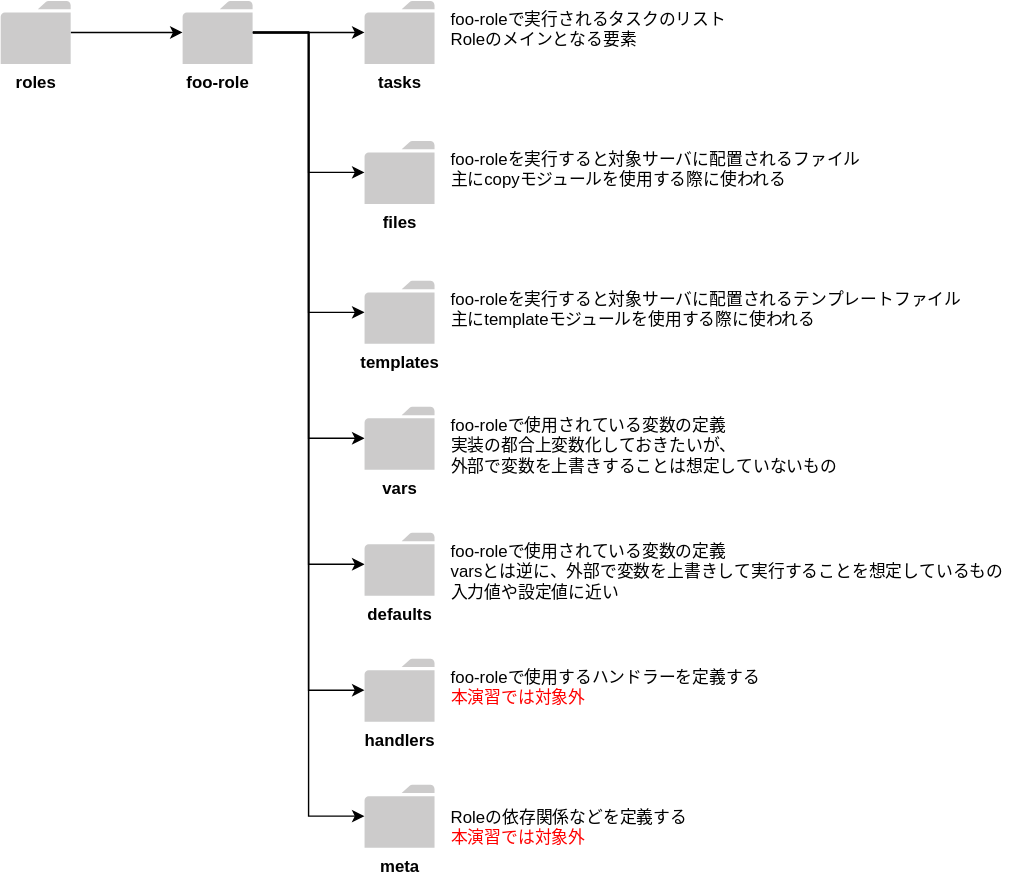
Earlier version of the draw.io export practice/img/bestpractice.drawio.svg (sensq/katacoda-scenarios). Source tidied: cells renumbered, new cells last; positions are measured from the earlier drawing's top-left corner, leaving out a move shared by most shapes.
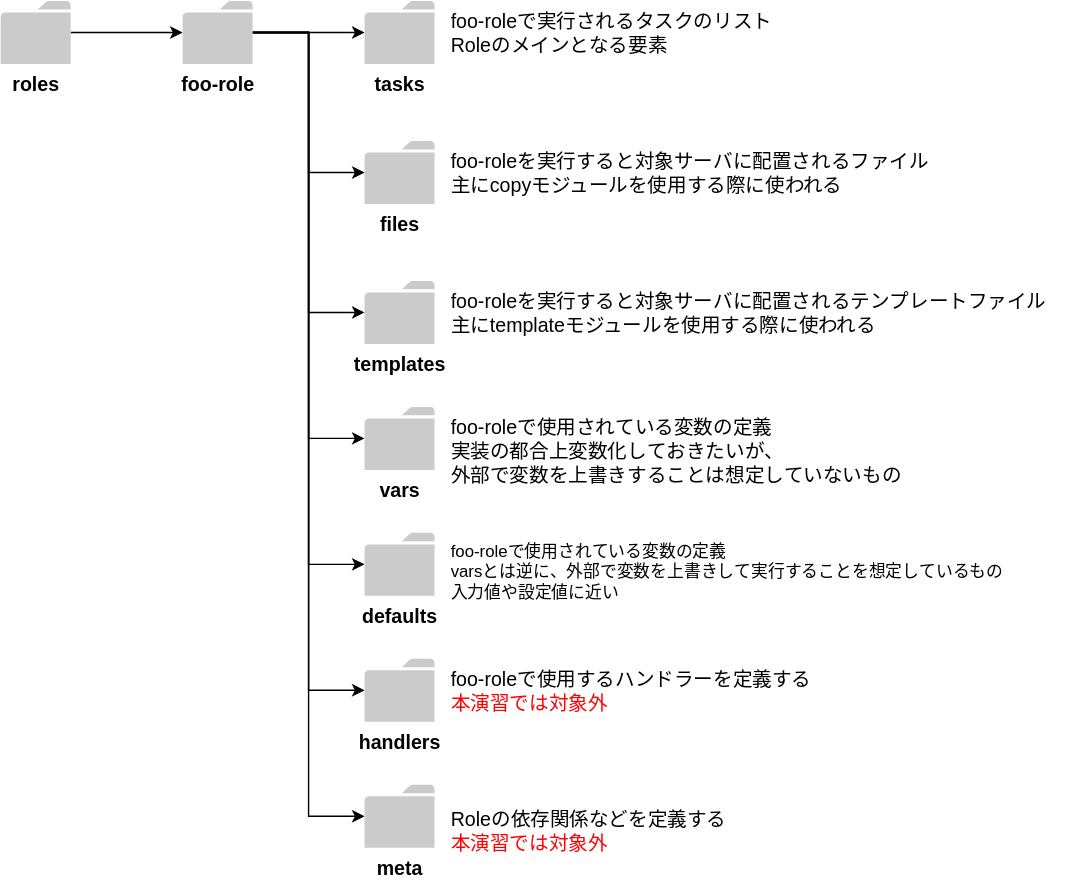
After the commit.

What changed in the source:
```diff
@@ -2,77 +2,77 @@
   <root>
     <mxCell id="0" />
     <mxCell id="1" parent="0" />
-    <mxCell id="2" style="edgeStyle=orthogonalEdgeStyle;rounded=0;jettySize=auto;html=1;" parent="1" edge="1" source="3" target="11">
+    <mxCell id="2" style="edgeStyle=orthogonalEdgeStyle;rounded=0;jettySize=auto;html=1;fontSize=14;" parent="1" edge="1" source="3" target="11">
       <mxGeometry relative="1" as="geometry" />
     </mxCell>
-    <mxCell id="3" value="roles" style="shadow=0;dashed=0;html=1;strokeColor=none;labelPosition=center;verticalLabelPosition=bottom;verticalAlign=top;outlineConnect=0;align=center;shape=mxgraph.office.concepts.folder;fillColor=#CCCBCB;fontStyle=1;points=[[0,0,0],[0.25,0,0],[0.5,0,0],[0.75,0,0],[1,0,0],[0,1,0],[0.25,1,0],[0.5,1,0],[0.75,1,0],[1,1,0],[0,0.25,0],[0,0.5,0],[0,0.75,0],[1,0.25,0],[1,0.5,0],[1,0.75,0]];" parent="1" vertex="1">
+    <mxCell id="3" value="roles" style="shadow=0;dashed=0;html=1;strokeColor=none;labelPosition=center;verticalLabelPosition=bottom;verticalAlign=top;outlineConnect=0;align=center;shape=mxgraph.office.concepts.folder;fillColor=#CCCBCB;fontStyle=1;points=[[0,0,0],[0.25,0,0],[0.5,0,0],[0.75,0,0],[1,0,0],[0,1,0],[0.25,1,0],[0.5,1,0],[0.75,1,0],[1,1,0],[0,0.25,0],[0,0.5,0],[0,0.75,0],[1,0.25,0],[1,0.5,0],[1,0.75,0]];fontSize=14;" parent="1" vertex="1">
       <mxGeometry width="50" height="45" as="geometry" />
     </mxCell>
-    <mxCell id="4" style="edgeStyle=orthogonalEdgeStyle;rounded=0;jettySize=auto;html=1;" parent="1" edge="1" source="11" target="12">
+    <mxCell id="4" style="edgeStyle=orthogonalEdgeStyle;rounded=0;jettySize=auto;html=1;fontSize=14;" parent="1" edge="1" source="11" target="12">
       <mxGeometry relative="1" as="geometry" />
     </mxCell>
-    <mxCell id="5" style="edgeStyle=orthogonalEdgeStyle;rounded=0;jettySize=auto;html=1;entryX=0;entryY=0.5;entryDx=0;entryDy=0;entryPerimeter=0;" parent="1" edge="1" source="11" target="14">
+    <mxCell id="5" style="edgeStyle=orthogonalEdgeStyle;rounded=0;jettySize=auto;html=1;entryX=0;entryY=0.5;entryDx=0;entryDy=0;entryPerimeter=0;fontSize=14;" parent="1" edge="1" source="11" target="14">
       <mxGeometry relative="1" as="geometry" />
     </mxCell>
-    <mxCell id="6" style="edgeStyle=orthogonalEdgeStyle;rounded=0;jettySize=auto;html=1;entryX=0;entryY=0.5;entryDx=0;entryDy=0;entryPerimeter=0;" parent="1" edge="1" source="11" target="15">
+    <mxCell id="6" style="edgeStyle=orthogonalEdgeStyle;rounded=0;jettySize=auto;html=1;entryX=0;entryY=0.5;entryDx=0;entryDy=0;entryPerimeter=0;fontSize=14;" parent="1" edge="1" source="11" target="15">
       <mxGeometry relative="1" as="geometry" />
     </mxCell>
-    <mxCell id="7" style="edgeStyle=orthogonalEdgeStyle;rounded=0;jettySize=auto;html=1;entryX=0;entryY=0.5;entryDx=0;entryDy=0;entryPerimeter=0;" parent="1" edge="1" source="11" target="16">
+    <mxCell id="7" style="edgeStyle=orthogonalEdgeStyle;rounded=0;jettySize=auto;html=1;entryX=0;entryY=0.5;entryDx=0;entryDy=0;entryPerimeter=0;fontSize=14;" parent="1" edge="1" source="11" target="16">
       <mxGeometry relative="1" as="geometry" />
     </mxCell>
-    <mxCell id="8" style="edgeStyle=orthogonalEdgeStyle;rounded=0;jettySize=auto;html=1;entryX=0;entryY=0.5;entryDx=0;entryDy=0;entryPerimeter=0;" parent="1" edge="1" source="11" target="17">
+    <mxCell id="8" style="edgeStyle=orthogonalEdgeStyle;rounded=0;jettySize=auto;html=1;entryX=0;entryY=0.5;entryDx=0;entryDy=0;entryPerimeter=0;fontSize=14;" parent="1" edge="1" source="11" target="17">
       <mxGeometry relative="1" as="geometry" />
     </mxCell>
-    <mxCell id="9" style="edgeStyle=orthogonalEdgeStyle;rounded=0;jettySize=auto;html=1;entryX=0;entryY=0.5;entryDx=0;entryDy=0;entryPerimeter=0;" parent="1" edge="1" source="11" target="18">
+    <mxCell id="9" style="edgeStyle=orthogonalEdgeStyle;rounded=0;jettySize=auto;html=1;entryX=0;entryY=0.5;entryDx=0;entryDy=0;entryPerimeter=0;fontSize=14;" parent="1" edge="1" source="11" target="18">
       <mxGeometry relative="1" as="geometry" />
     </mxCell>
-    <mxCell id="10" style="edgeStyle=orthogonalEdgeStyle;rounded=0;jettySize=auto;html=1;entryX=0;entryY=0.5;entryDx=0;entryDy=0;entryPerimeter=0;" parent="1" edge="1" source="11" target="19">
+    <mxCell id="10" style="edgeStyle=orthogonalEdgeStyle;rounded=0;jettySize=auto;html=1;entryX=0;entryY=0.5;entryDx=0;entryDy=0;entryPerimeter=0;fontSize=14;" parent="1" edge="1" source="11" target="19">
       <mxGeometry relative="1" as="geometry" />
     </mxCell>
-    <mxCell id="11" value="foo-role" style="shadow=0;dashed=0;html=1;strokeColor=none;labelPosition=center;verticalLabelPosition=bottom;verticalAlign=top;outlineConnect=0;align=center;shape=mxgraph.office.concepts.folder;fillColor=#CCCBCB;fontStyle=1;points=[[0,0,0],[0.25,0,0],[0.5,0,0],[0.75,0,0],[1,0,0],[0,1,0],[0.25,1,0],[0.5,1,0],[0.75,1,0],[1,1,0],[0,0.25,0],[0,0.5,0],[0,0.75,0],[1,0.25,0],[1,0.5,0],[1,0.75,0]];" parent="1" vertex="1">
+    <mxCell id="11" value="foo-role" style="shadow=0;dashed=0;html=1;strokeColor=none;labelPosition=center;verticalLabelPosition=bottom;verticalAlign=top;outlineConnect=0;align=center;shape=mxgraph.office.concepts.folder;fillColor=#CCCBCB;fontStyle=1;points=[[0,0,0],[0.25,0,0],[0.5,0,0],[0.75,0,0],[1,0,0],[0,1,0],[0.25,1,0],[0.5,1,0],[0.75,1,0],[1,1,0],[0,0.25,0],[0,0.5,0],[0,0.75,0],[1,0.25,0],[1,0.5,0],[1,0.75,0]];fontSize=14;" parent="1" vertex="1">
       <mxGeometry x="130" width="50" height="45" as="geometry" />
     </mxCell>
-    <mxCell id="12" value="tasks" style="shadow=0;dashed=0;html=1;strokeColor=none;labelPosition=center;verticalLabelPosition=bottom;verticalAlign=top;outlineConnect=0;align=center;shape=mxgraph.office.concepts.folder;fillColor=#CCCBCB;labelBackgroundColor=#ffffff;fontStyle=1;points=[[0,0,0],[0.25,0,0],[0.5,0,0],[0.75,0,0],[1,0,0],[0,1,0],[0.25,1,0],[0.5,1,0],[0.75,1,0],[1,1,0],[0,0.25,0],[0,0.5,0],[0,0.75,0],[1,0.25,0],[1,0.5,0],[1,0.75,0]];" parent="1" vertex="1">
+    <mxCell id="12" value="tasks" style="shadow=0;dashed=0;html=1;strokeColor=none;labelPosition=center;verticalLabelPosition=bottom;verticalAlign=top;outlineConnect=0;align=center;shape=mxgraph.office.concepts.folder;fillColor=#CCCBCB;labelBackgroundColor=#ffffff;fontStyle=1;points=[[0,0,0],[0.25,0,0],[0.5,0,0],[0.75,0,0],[1,0,0],[0,1,0],[0.25,1,0],[0.5,1,0],[0.75,1,0],[1,1,0],[0,0.25,0],[0,0.5,0],[0,0.75,0],[1,0.25,0],[1,0.5,0],[1,0.75,0]];fontSize=14;" parent="1" vertex="1">
       <mxGeometry x="260" width="50" height="45" as="geometry" />
     </mxCell>
-    <mxCell id="13" value="foo-roleで実行されるタスクのリスト&lt;br&gt;Roleのメインとなる要素" style="text;html=1;align=left;verticalAlign=top;" parent="1" vertex="1">
-      <mxGeometry x="320" width="210" height="30" as="geometry" />
+    <mxCell id="13" value="foo-roleで実行されるタスクのリスト&lt;br style=&quot;font-size: 14px;&quot;&gt;Roleのメインとなる要素" style="text;html=1;align=left;verticalAlign=top;fontSize=14;" parent="1" vertex="1">
+      <mxGeometry x="320" width="240" height="40" as="geometry" />
     </mxCell>
-    <mxCell id="14" value="files" style="shadow=0;dashed=0;html=1;strokeColor=none;labelPosition=center;verticalLabelPosition=bottom;verticalAlign=top;outlineConnect=0;align=center;shape=mxgraph.office.concepts.folder;fillColor=#CCCBCB;labelBackgroundColor=#ffffff;fontStyle=1;points=[[0,0,0],[0.25,0,0],[0.5,0,0],[0.75,0,0],[1,0,0],[0,1,0],[0.25,1,0],[0.5,1,0],[0.75,1,0],[1,1,0],[0,0.25,0],[0,0.5,0],[0,0.75,0],[1,0.25,0],[1,0.5,0],[1,0.75,0]];" parent="1" vertex="1">
+    <mxCell id="14" value="files" style="shadow=0;dashed=0;html=1;strokeColor=none;labelPosition=center;verticalLabelPosition=bottom;verticalAlign=top;outlineConnect=0;align=center;shape=mxgraph.office.concepts.folder;fillColor=#CCCBCB;labelBackgroundColor=#ffffff;fontStyle=1;points=[[0,0,0],[0.25,0,0],[0.5,0,0],[0.75,0,0],[1,0,0],[0,1,0],[0.25,1,0],[0.5,1,0],[0.75,1,0],[1,1,0],[0,0.25,0],[0,0.5,0],[0,0.75,0],[1,0.25,0],[1,0.5,0],[1,0.75,0]];fontSize=14;" parent="1" vertex="1">
       <mxGeometry x="260" y="100" width="50" height="45" as="geometry" />
     </mxCell>
-    <mxCell id="15" value="templates" style="shadow=0;dashed=0;html=1;strokeColor=none;labelPosition=center;verticalLabelPosition=bottom;verticalAlign=top;outlineConnect=0;align=center;shape=mxgraph.office.concepts.folder;fillColor=#CCCBCB;labelBackgroundColor=#ffffff;fontStyle=1;points=[[0,0,0],[0.25,0,0],[0.5,0,0],[0.75,0,0],[1,0,0],[0,1,0],[0.25,1,0],[0.5,1,0],[0.75,1,0],[1,1,0],[0,0.25,0],[0,0.5,0],[0,0.75,0],[1,0.25,0],[1,0.5,0],[1,0.75,0]];" parent="1" vertex="1">
+    <mxCell id="15" value="templates" style="shadow=0;dashed=0;html=1;strokeColor=none;labelPosition=center;verticalLabelPosition=bottom;verticalAlign=top;outlineConnect=0;align=center;shape=mxgraph.office.concepts.folder;fillColor=#CCCBCB;labelBackgroundColor=#ffffff;fontStyle=1;points=[[0,0,0],[0.25,0,0],[0.5,0,0],[0.75,0,0],[1,0,0],[0,1,0],[0.25,1,0],[0.5,1,0],[0.75,1,0],[1,1,0],[0,0.25,0],[0,0.5,0],[0,0.75,0],[1,0.25,0],[1,0.5,0],[1,0.75,0]];fontSize=14;" parent="1" vertex="1">
       <mxGeometry x="260" y="200" width="50" height="45" as="geometry" />
     </mxCell>
-    <mxCell id="16" value="vars" style="shadow=0;dashed=0;html=1;strokeColor=none;labelPosition=center;verticalLabelPosition=bottom;verticalAlign=top;outlineConnect=0;align=center;shape=mxgraph.office.concepts.folder;fillColor=#CCCBCB;labelBackgroundColor=#ffffff;fontStyle=1;points=[[0,0,0],[0.25,0,0],[0.5,0,0],[0.75,0,0],[1,0,0],[0,1,0],[0.25,1,0],[0.5,1,0],[0.75,1,0],[1,1,0],[0,0.25,0],[0,0.5,0],[0,0.75,0],[1,0.25,0],[1,0.5,0],[1,0.75,0]];" parent="1" vertex="1">
+    <mxCell id="16" value="vars" style="shadow=0;dashed=0;html=1;strokeColor=none;labelPosition=center;verticalLabelPosition=bottom;verticalAlign=top;outlineConnect=0;align=center;shape=mxgraph.office.concepts.folder;fillColor=#CCCBCB;labelBackgroundColor=#ffffff;fontStyle=1;points=[[0,0,0],[0.25,0,0],[0.5,0,0],[0.75,0,0],[1,0,0],[0,1,0],[0.25,1,0],[0.5,1,0],[0.75,1,0],[1,1,0],[0,0.25,0],[0,0.5,0],[0,0.75,0],[1,0.25,0],[1,0.5,0],[1,0.75,0]];fontSize=14;" parent="1" vertex="1">
       <mxGeometry x="260" y="290" width="50" height="45" as="geometry" />
     </mxCell>
-    <mxCell id="17" value="defaults" style="shadow=0;dashed=0;html=1;strokeColor=none;labelPosition=center;verticalLabelPosition=bottom;verticalAlign=top;outlineConnect=0;align=center;shape=mxgraph.office.concepts.folder;fillColor=#CCCBCB;labelBackgroundColor=#ffffff;fontStyle=1;points=[[0,0,0],[0.25,0,0],[0.5,0,0],[0.75,0,0],[1,0,0],[0,1,0],[0.25,1,0],[0.5,1,0],[0.75,1,0],[1,1,0],[0,0.25,0],[0,0.5,0],[0,0.75,0],[1,0.25,0],[1,0.5,0],[1,0.75,0]];" parent="1" vertex="1">
+    <mxCell id="17" value="defaults" style="shadow=0;dashed=0;html=1;strokeColor=none;labelPosition=center;verticalLabelPosition=bottom;verticalAlign=top;outlineConnect=0;align=center;shape=mxgraph.office.concepts.folder;fillColor=#CCCBCB;labelBackgroundColor=#ffffff;fontStyle=1;points=[[0,0,0],[0.25,0,0],[0.5,0,0],[0.75,0,0],[1,0,0],[0,1,0],[0.25,1,0],[0.5,1,0],[0.75,1,0],[1,1,0],[0,0.25,0],[0,0.5,0],[0,0.75,0],[1,0.25,0],[1,0.5,0],[1,0.75,0]];fontSize=14;" parent="1" vertex="1">
       <mxGeometry x="260" y="380" width="50" height="45" as="geometry" />
     </mxCell>
-    <mxCell id="18" value="handlers" style="shadow=0;dashed=0;html=1;strokeColor=none;labelPosition=center;verticalLabelPosition=bottom;verticalAlign=top;outlineConnect=0;align=center;shape=mxgraph.office.concepts.folder;fillColor=#CCCBCB;labelBackgroundColor=#ffffff;fontStyle=1;points=[[0,0,0],[0.25,0,0],[0.5,0,0],[0.75,0,0],[1,0,0],[0,1,0],[0.25,1,0],[0.5,1,0],[0.75,1,0],[1,1,0],[0,0.25,0],[0,0.5,0],[0,0.75,0],[1,0.25,0],[1,0.5,0],[1,0.75,0]];" parent="1" vertex="1">
+    <mxCell id="18" value="handlers" style="shadow=0;dashed=0;html=1;strokeColor=none;labelPosition=center;verticalLabelPosition=bottom;verticalAlign=top;outlineConnect=0;align=center;shape=mxgraph.office.concepts.folder;fillColor=#CCCBCB;labelBackgroundColor=#ffffff;fontStyle=1;points=[[0,0,0],[0.25,0,0],[0.5,0,0],[0.75,0,0],[1,0,0],[0,1,0],[0.25,1,0],[0.5,1,0],[0.75,1,0],[1,1,0],[0,0.25,0],[0,0.5,0],[0,0.75,0],[1,0.25,0],[1,0.5,0],[1,0.75,0]];fontSize=14;" parent="1" vertex="1">
       <mxGeometry x="260" y="470" width="50" height="45" as="geometry" />
     </mxCell>
-    <mxCell id="19" value="meta" style="shadow=0;dashed=0;html=1;strokeColor=none;labelPosition=center;verticalLabelPosition=bottom;verticalAlign=top;outlineConnect=0;align=center;shape=mxgraph.office.concepts.folder;fillColor=#CCCBCB;labelBackgroundColor=#ffffff;fontStyle=1;points=[[0,0,0],[0.25,0,0],[0.5,0,0],[0.75,0,0],[1,0,0],[0,1,0],[0.25,1,0],[0.5,1,0],[0.75,1,0],[1,1,0],[0,0.25,0],[0,0.5,0],[0,0.75,0],[1,0.25,0],[1,0.5,0],[1,0.75,0]];" parent="1" vertex="1">
+    <mxCell id="19" value="meta" style="shadow=0;dashed=0;html=1;strokeColor=none;labelPosition=center;verticalLabelPosition=bottom;verticalAlign=top;outlineConnect=0;align=center;shape=mxgraph.office.concepts.folder;fillColor=#CCCBCB;labelBackgroundColor=#ffffff;fontStyle=1;points=[[0,0,0],[0.25,0,0],[0.5,0,0],[0.75,0,0],[1,0,0],[0,1,0],[0.25,1,0],[0.5,1,0],[0.75,1,0],[1,1,0],[0,0.25,0],[0,0.5,0],[0,0.75,0],[1,0.25,0],[1,0.5,0],[1,0.75,0]];fontSize=14;" parent="1" vertex="1">
       <mxGeometry x="260" y="560" width="50" height="45" as="geometry" />
     </mxCell>
-    <mxCell id="20" value="foo-roleを実行すると対象サーバに配置されるファイル&lt;br&gt;主にcopyモジュールを使用する際に使われる" style="text;html=1;align=left;verticalAlign=top;" parent="1" vertex="1">
-      <mxGeometry x="320" y="100" width="310" height="30" as="geometry" />
+    <mxCell id="20" value="foo-roleを実行すると対象サーバに配置されるファイル&lt;br style=&quot;font-size: 14px;&quot;&gt;主にcopyモジュールを使用する際に使われる" style="text;html=1;align=left;verticalAlign=top;fontSize=14;" parent="1" vertex="1">
+      <mxGeometry x="320" y="100" width="360" height="40" as="geometry" />
     </mxCell>
-    <mxCell id="21" value="foo-roleを実行すると対象サーバに配置されるテンプレートファイル&lt;br&gt;主にtemplateモジュールを使用する際に使われる" style="text;html=1;align=left;verticalAlign=top;" parent="1" vertex="1">
-      <mxGeometry x="320" y="200" width="380" height="30" as="geometry" />
+    <mxCell id="21" value="foo-roleを実行すると対象サーバに配置されるテンプレートファイル&lt;br style=&quot;font-size: 14px;&quot;&gt;主にtemplateモジュールを使用する際に使われる" style="text;html=1;align=left;verticalAlign=top;fontSize=14;" parent="1" vertex="1">
+      <mxGeometry x="320" y="200" width="440" height="40" as="geometry" />
     </mxCell>
-    <mxCell id="22" value="foo-roleで使用されている変数の定義&lt;br&gt;実装の都合上変数化しておきたいが、&lt;br&gt;外部で変数を上書きすることは想定していないもの" style="text;html=1;align=left;verticalAlign=top;" parent="1" vertex="1">
-      <mxGeometry x="320" y="290" width="290" height="50" as="geometry" />
+    <mxCell id="22" value="foo-roleで使用されている変数の定義&lt;br style=&quot;font-size: 14px;&quot;&gt;実装の都合上変数化しておきたいが、&lt;br style=&quot;font-size: 14px;&quot;&gt;外部で変数を上書きすることは想定していないもの" style="text;html=1;align=left;verticalAlign=top;fontSize=14;" parent="1" vertex="1">
+      <mxGeometry x="320" y="290" width="340" height="60" as="geometry" />
     </mxCell>
     <mxCell id="23" value="foo-roleで使用されている変数の定義&lt;br&gt;varsとは逆に、外部で変数を上書きして実行することを想定しているもの&lt;br&gt;入力値や設定値に近い" style="text;html=1;align=left;verticalAlign=top;" parent="1" vertex="1">
       <mxGeometry x="320" y="380" width="410" height="50" as="geometry" />
     </mxCell>
-    <mxCell id="24" value="foo-roleで使用するハンドラーを定義する&lt;br&gt;&lt;font color=&quot;#ff0000&quot;&gt;本演習では対象外&lt;/font&gt;" style="text;html=1;align=left;verticalAlign=top;" parent="1" vertex="1">
-      <mxGeometry x="320" y="470" width="240" height="30" as="geometry" />
+    <mxCell id="24" value="foo-roleで使用するハンドラーを定義する&lt;br style=&quot;font-size: 14px;&quot;&gt;&lt;font color=&quot;#ff0000&quot; style=&quot;font-size: 14px;&quot;&gt;本演習では対象外&lt;/font&gt;" style="text;html=1;align=left;verticalAlign=top;fontSize=14;" parent="1" vertex="1">
+      <mxGeometry x="320" y="470" width="270" height="40" as="geometry" />
     </mxCell>
-    <mxCell id="25" value="Roleの依存関係などを定義する&lt;br&gt;&lt;font color=&quot;#ff0000&quot;&gt;本演習では対象外&lt;/font&gt;" style="text;html=1;align=left;verticalAlign=top;" parent="1" vertex="1">
-      <mxGeometry x="320" y="570" width="180" height="30" as="geometry" />
+    <mxCell id="25" value="Roleの依存関係などを定義する&lt;br style=&quot;font-size: 14px;&quot;&gt;&lt;font color=&quot;#ff0000&quot; style=&quot;font-size: 14px;&quot;&gt;本演習では対象外&lt;/font&gt;" style="text;html=1;align=left;verticalAlign=top;fontSize=14;" parent="1" vertex="1">
+      <mxGeometry x="320" y="570" width="210" height="40" as="geometry" />
     </mxCell>
   </root>
 </mxGraphModel>
```
